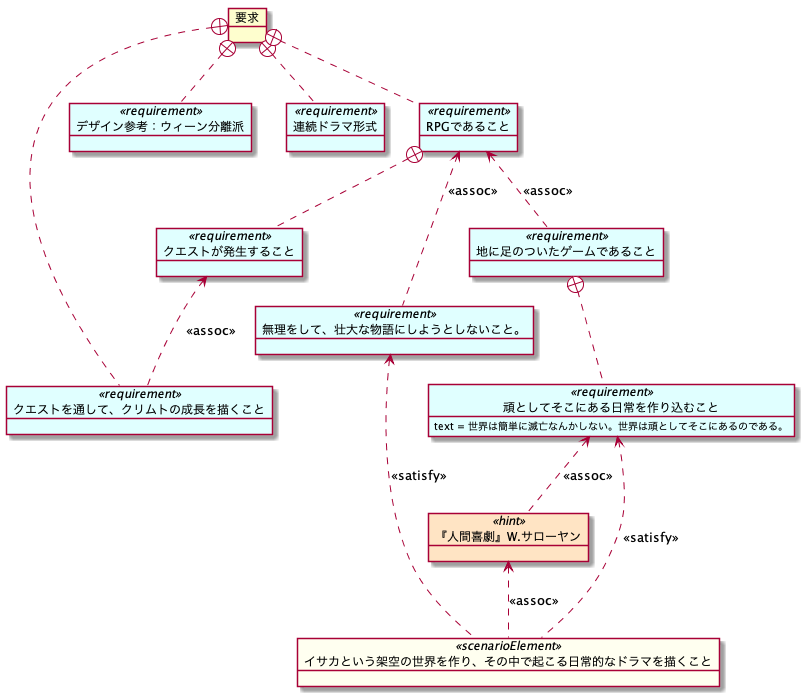
The PlantUML diagram img/AbstractRequirement.png in m-sugawara-b/KlimtAndAthene, before a commit. Source of this version:
```plantuml
@startuml

skinparam object {
BackgroundColor<<gameDesign>> LightGreen
BackgroundColor<<character>> LightSalmon
BackgroundColor<<scenarioElement>> Ivory
BackgroundColor<<requirement>> LightCyan
BackgroundColor<<place>>  LightPink
BackgroundColor<<hint>> Bisque
}

object "要求" as Req

object "地に足のついたゲームであること" as Req0 <<requirement>>
object "頑としてそこにある日常を作り込むこと" as Req1 <<requirement>>
Req1 : text = 世界は簡単に滅亡なんかしない。世界は頑としてそこにあるのである。
object "イサカという架空の世界を作り、その中で起こる日常的なドラマを描くこと" as Req2 <<scenarioElement>>
object "無理をして、壮大な物語にしようとしないこと。" as Req3 <<requirement>>
object "クエストを通して、クリムトの成長を描くこと" as Req4 <<requirement>>
object "デザイン参考：ウィーン分離派" as Req5 <<requirement>>
object "連続ドラマ形式" as Req6 <<requirement>>
object "RPGであること" as Req7 <<requirement>>
object "クエストが発生すること" as Req8 <<requirement>>
object "『人間喜劇』W.サローヤン" as Hint1 <<hint>>


Req0 +.. Req1
Req1 <.. Req2 : <<satisfy>>
Req3 <.. Req2 : <<satisfy>>
Req +.. Req4
Req +.. Req5
Req +.. Req6
Req +.. Req7
Req7 +.. Req8
Req8 <.. Req4 : <<assoc>>
Req7 <.. Req3 : <<assoc>>
Req7 <.. Req0 : <<assoc>>
Req1 <.. Hint1 : <<assoc>>
Hint1 <.. Req2 : <<assoc>>

@enduml
```
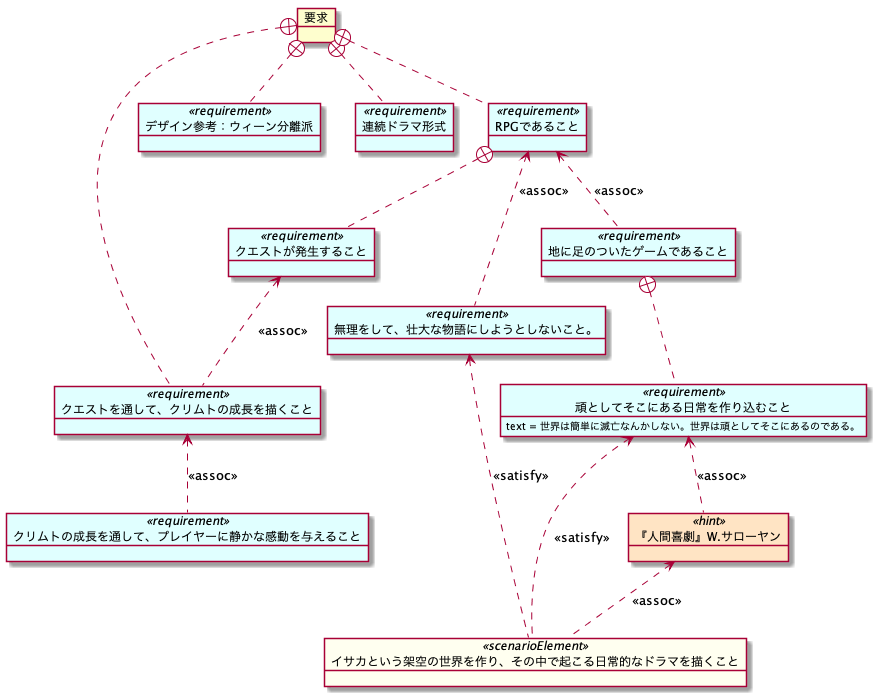
After the change.

Commit message:
umlフォルダの追加、要求図の変更

Change to the diagram source:
```diff
@@ -17,6 +17,7 @@
 object "イサカという架空の世界を作り、その中で起こる日常的なドラマを描くこと" as Req2 <<scenarioElement>>
 object "無理をして、壮大な物語にしようとしないこと。" as Req3 <<requirement>>
 object "クエストを通して、クリムトの成長を描くこと" as Req4 <<requirement>>
+object "クリムトの成長を通して、プレイヤーに静かな感動を与えること" as Req9 <<requirement>>
 object "デザイン参考：ウィーン分離派" as Req5 <<requirement>>
 object "連続ドラマ形式" as Req6 <<requirement>>
 object "RPGであること" as Req7 <<requirement>>
@@ -28,6 +29,7 @@
 Req1 <.. Req2 : <<satisfy>>
 Req3 <.. Req2 : <<satisfy>>
 Req +.. Req4
+Req4 <.. Req9 : <<assoc>>
 Req +.. Req5
 Req +.. Req6
 Req +.. Req7
```
